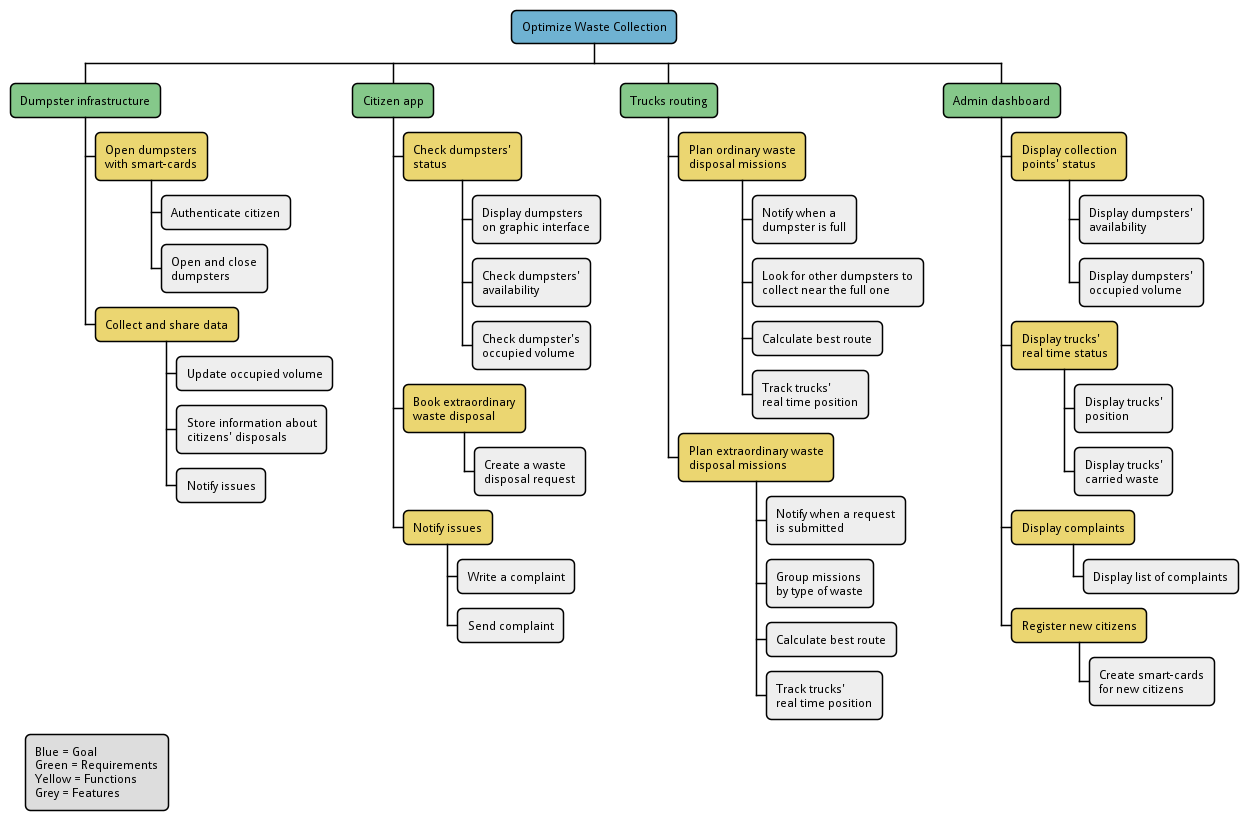
Above: img/requirement-breakdown-structure.pm.png in SmartWasteCollection/project-management (PlantUML), before the change.
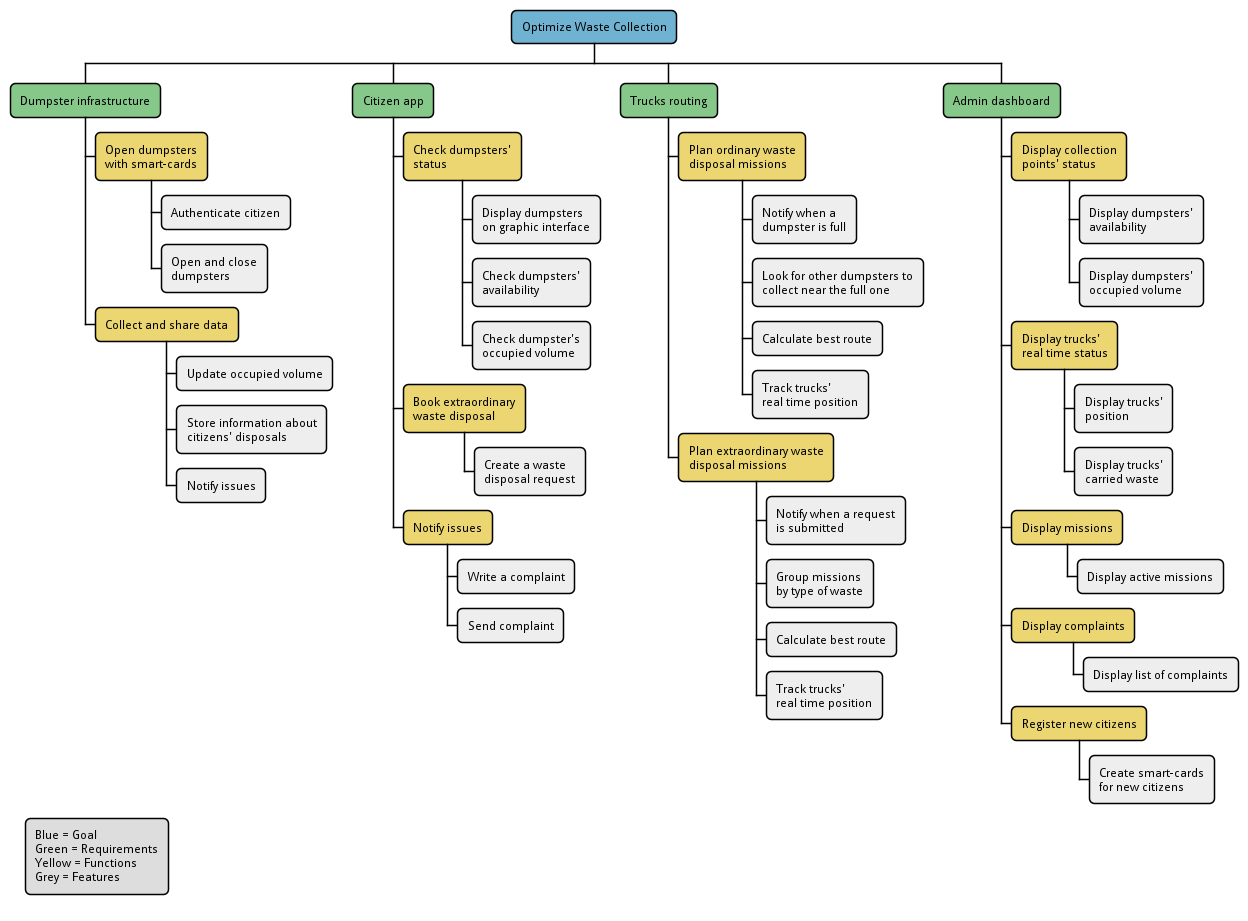
After the change.

Commit message:
docs(uml): generate PNG files for PlantUML diagrams

What changed in the source:
```diff
@@ -49,6 +49,9 @@
 feature(Display trucks'\nposition)
 feature(Display trucks'\ncarried waste)
 
+function(Display missions)
+feature(Display active missions)
+
 function(Display complaints)
 feature(Display list of complaints)
 
```
